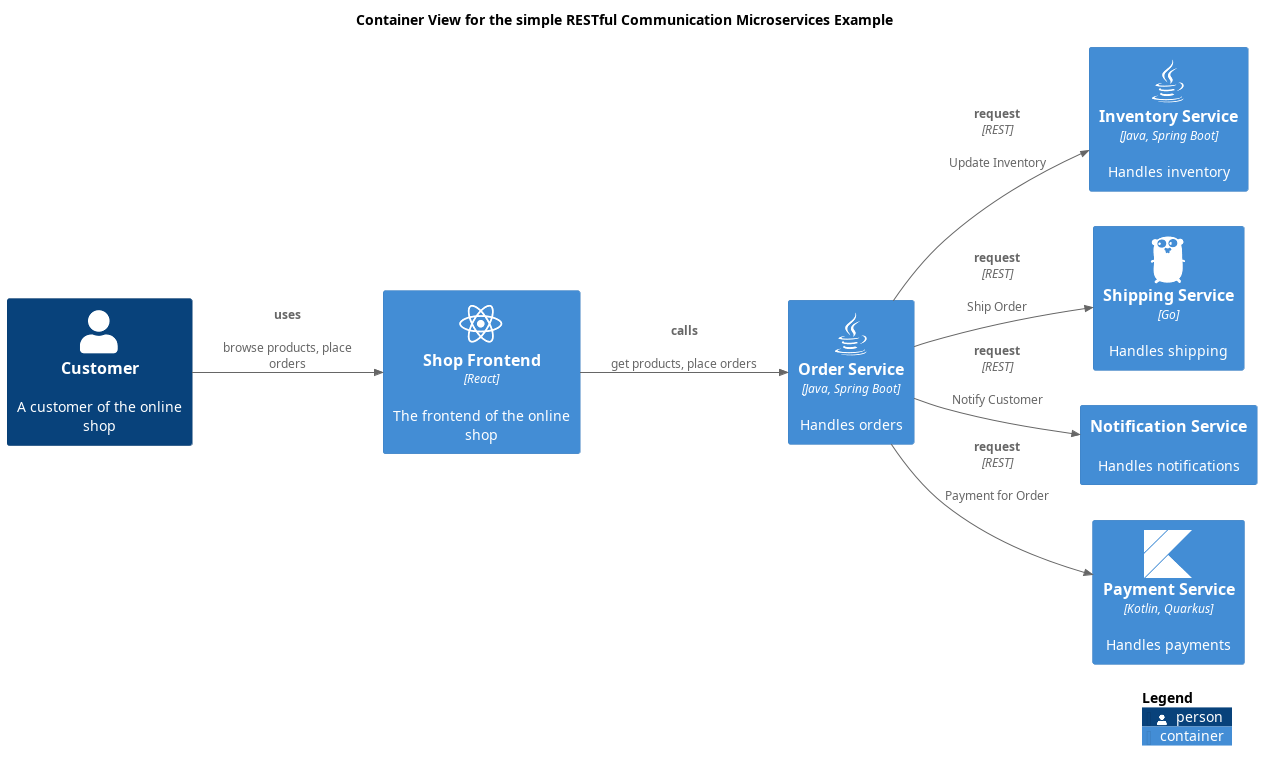
This is docs/software-development/architecture/example/microservices/simple-restful-container-view.png from lsolbach/overarch-models, a PlantUML export, as it was before one commit. Source of this version:
```plantuml
@startuml simple-restful-container-view
!include <C4/C4_Container.puml>
!include <awslib14/AWSCommon>
!include <awslib14/AWSC4Integration>
!include <azure/AzureCommon>
!include <azure/AzureC4Integration>
!include <tupadr3/common>
!include <tupadr3/font-awesome-5/java>
!include <tupadr3/font-awesome-5/react>
!include <tupadr3/devicons2/go>
!include <tupadr3/devicons2/kotlin>


LAYOUT_LEFT_RIGHT()




title Container View for the simple RESTful Communication Microservices Example
Container(softwareDevelopment_architecture_example_microservices_inventoryService, "Inventory Service", $descr="Handles inventory", $techn="Java, Spring Boot", $sprite="java")
Container(softwareDevelopment_architecture_example_microservices_shopFrontend, "Shop Frontend", $descr="The frontend of the online shop", $techn="React", $sprite="react")
Container(softwareDevelopment_architecture_example_microservices_shippingService, "Shipping Service", $descr="Handles shipping", $techn="Go", $sprite="go")
Container(softwareDevelopment_architecture_example_microservices_orderService, "Order Service", $descr="Handles orders", $techn="Java, Spring Boot", $sprite="java")
Container(softwareDevelopment_architecture_example_microservices_notificationService, "Notification Service", $descr="Handles notifications")
Container(softwareDevelopment_architecture_example_microservices_paymentService, "Payment Service", $descr="Handles payments", $techn="Kotlin, Quarkus", $sprite="kotlin")
Person(softwareDevelopment_architecture_example_microservices_customer, "Customer", $descr="A customer of the online shop")
Rel(softwareDevelopment_architecture_example_microservices_shopFrontend, softwareDevelopment_architecture_example_microservices_orderService, "calls", $descr="get products, place orders")
Rel(softwareDevelopment_architecture_example_microservices_orderService, softwareDevelopment_architecture_example_microservices_shippingService, "request", $descr="Ship Order", $techn="REST")
Rel(softwareDevelopment_architecture_example_microservices_orderService, softwareDevelopment_architecture_example_microservices_notificationService, "request", $descr="Notify Customer", $techn="REST")
Rel(softwareDevelopment_architecture_example_microservices_customer, softwareDevelopment_architecture_example_microservices_shopFrontend, "uses", $descr="browse products, place orders")
Rel(softwareDevelopment_architecture_example_microservices_orderService, softwareDevelopment_architecture_example_microservices_inventoryService, "request", $descr="Update Inventory", $techn="REST")
Rel(softwareDevelopment_architecture_example_microservices_orderService, softwareDevelopment_architecture_example_microservices_paymentService, "request", $descr="Payment for Order", $techn="REST")
SHOW_LEGEND()
@enduml
```
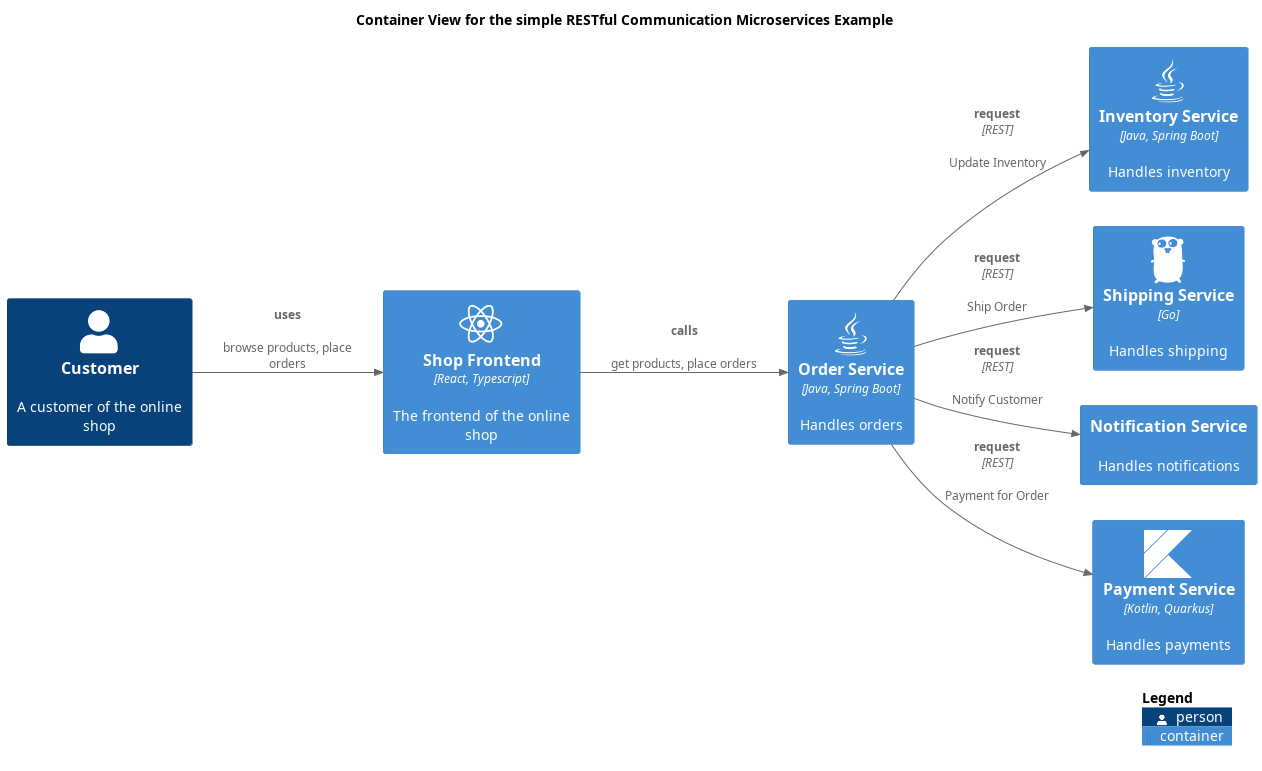
Above is the later version.

Diff of the diagram source:
```diff
@@ -7,6 +7,7 @@
 !include <tupadr3/common>
 !include <tupadr3/font-awesome-5/java>
 !include <tupadr3/font-awesome-5/react>
+!include <tupadr3/devicons2/typescript>
 !include <tupadr3/devicons2/go>
 !include <tupadr3/devicons2/kotlin>
 
@@ -18,7 +19,7 @@
 
 title Container View for the simple RESTful Communication Microservices Example
 Container(softwareDevelopment_architecture_example_microservices_inventoryService, "Inventory Service", $descr="Handles inventory", $techn="Java, Spring Boot", $sprite="java")
-Container(softwareDevelopment_architecture_example_microservices_shopFrontend, "Shop Frontend", $descr="The frontend of the online shop", $techn="React", $sprite="react")
+Container(softwareDevelopment_architecture_example_microservices_shopFrontend, "Shop Frontend", $descr="The frontend of the online shop", $techn="React, Typescript", $sprite="react")
 Container(softwareDevelopment_architecture_example_microservices_shippingService, "Shipping Service", $descr="Handles shipping", $techn="Go", $sprite="go")
 Container(softwareDevelopment_architecture_example_microservices_orderService, "Order Service", $descr="Handles orders", $techn="Java, Spring Boot", $sprite="java")
 Container(softwareDevelopment_architecture_example_microservices_notificationService, "Notification Service", $descr="Handles notifications")
```
